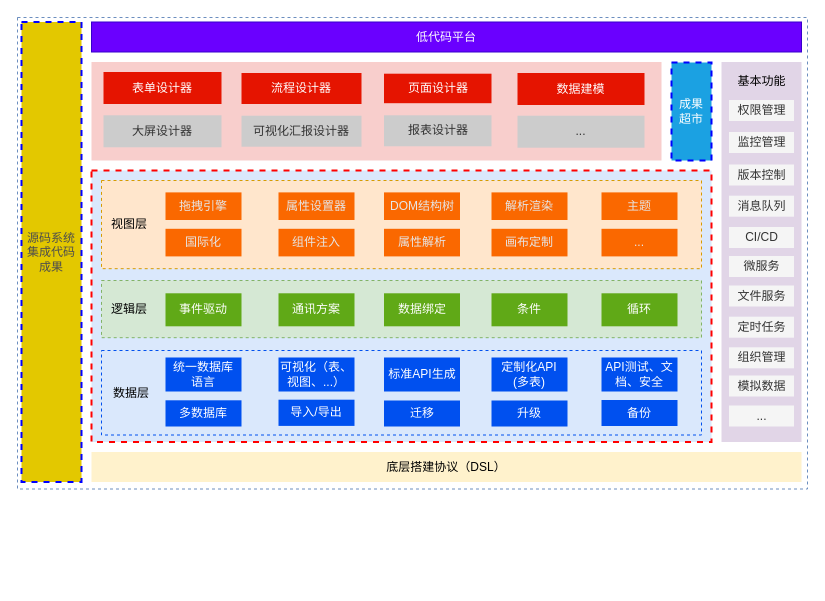
tangyaosimida/love keeps this draw.io diagram as 低代码—泳道图—研究内容.drawio. Above is the earlier version. Source tidied: cells renumbered, new cells numbered last; positions are measured from the earlier drawing's top-left corner, leaving out a move shared by most shapes. Both pictures are drawn from the tidied source at 100%, with x=0, y=0 at pixel (17, 17).
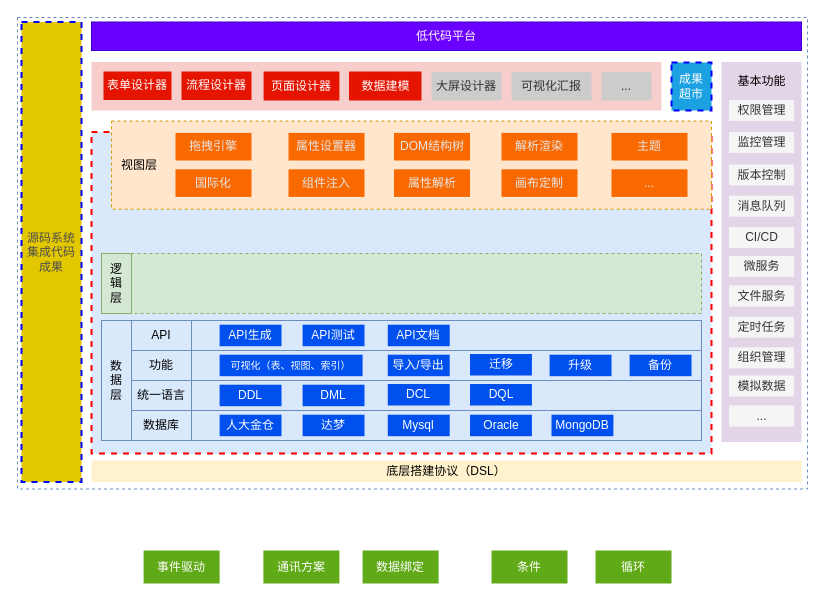
Above is the later version.

Commit message (it also covers changes not shown here):
更新低代码—泳道图—研究内容.drawio

Diff of the diagram source:
```diff
@@
     <mxCell id="3" style="rounded=0;whiteSpace=wrap;html=1;fillColor=#dae8fc;strokeColor=#FF0000;dashed=1;strokeWidth=2;" parent="1" vertex="1">
-      <mxGeometry x="74" y="153" width="620" height="271.5" as="geometry" />
+      <mxGeometry x="74" y="114.5" width="620" height="321.5" as="geometry" />
     </mxCell>
     <mxCell id="4" style="rounded=0;whiteSpace=wrap;html=1;fillColor=#f8cecc;strokeColor=none;" parent="1" vertex="1">
-      <mxGeometry x="74" y="44.5" width="570" height="98.5" as="geometry" />
+      <mxGeometry x="74" y="44.5" width="570" height="48.5" as="geometry" />
     </mxCell>
@@
     <mxCell id="6" value="低代码平台" style="rounded=0;whiteSpace=wrap;html=1;fillColor=#6a00ff;fontColor=#ffffff;strokeColor=#3700CC;" parent="1" vertex="1">
-      <mxGeometry x="74" y="4.5" width="710" height="30" as="geometry" />
+      <mxGeometry x="74" y="4.5" width="710" height="28.5" as="geometry" />
     </mxCell>
     <mxCell id="7" value="底层搭建协议（DSL）" style="rounded=0;whiteSpace=wrap;html=1;fillColor=#fff2cc;strokeColor=none;" parent="1" vertex="1">
-      <mxGeometry x="74" y="434.5" width="710" height="30" as="geometry" />
+      <mxGeometry x="74" y="443" width="710" height="21.5" as="geometry" />
     </mxCell>
     <mxCell id="8" value="成果&lt;div&gt;超市&lt;/div&gt;" style="rounded=0;whiteSpace=wrap;html=1;fillColor=#1ba1e2;strokeColor=#0000FF;fontColor=#ffffff;dashed=1;strokeWidth=2;" parent="1" vertex="1">
-      <mxGeometry x="654" y="45" width="40" height="98" as="geometry" />
+      <mxGeometry x="654" y="45" width="40" height="48" as="geometry" />
     </mxCell>
     <mxCell id="9" value="大屏设计器" style="rounded=0;whiteSpace=wrap;html=1;fillColor=#CCCCCC;fontColor=#333333;strokeColor=none;" parent="1" vertex="1">
-      <mxGeometry x="86" y="97.8" width="118" height="32" as="geometry" />
+      <mxGeometry x="414" y="54.5" width="70" height="28.5" as="geometry" />
     </mxCell>
-    <mxCell id="10" value="报表设计器" style="rounded=0;whiteSpace=wrap;html=1;fillColor=#CCCCCC;fontColor=#333333;strokeColor=none;" parent="1" vertex="1">
-      <mxGeometry x="366.5" y="97.8" width="107.5" height="31" as="geometry" />
-    </mxCell>
@@
     <mxCell id="12" value="&lt;div style=&quot;&quot;&gt;&lt;br&gt;&lt;/div&gt;" style="rounded=0;whiteSpace=wrap;html=1;align=left;strokeColor=#0050EF;fillColor=#dae8fc;dashed=1;strokeWidth=1;" parent="1" vertex="1">
-      <mxGeometry x="84" y="333" width="600" height="84.5" as="geometry" />
+      <mxGeometry x="84" y="333" width="600" height="90" as="geometry" />
     </mxCell>
     <mxCell id="13" value="&lt;div style=&quot;&quot;&gt;&lt;br&gt;&lt;/div&gt;" style="rounded=0;whiteSpace=wrap;html=1;align=left;strokeColor=#82b366;fillColor=#d5e8d4;dashed=1;strokeWidth=1;" parent="1" vertex="1">
-      <mxGeometry x="84" y="263" width="600" height="57.2" as="geometry" />
+      <mxGeometry x="84" y="236" width="600" height="60" as="geometry" />
     </mxCell>
     <mxCell id="14" value="&lt;div style=&quot;&quot;&gt;&lt;br&gt;&lt;/div&gt;" style="rounded=0;whiteSpace=wrap;html=1;align=left;fillColor=#ffe6cc;strokeColor=#d79b00;dashed=1;strokeWidth=1;" parent="1" vertex="1">
-      <mxGeometry x="84" y="163" width="600" height="88.2" as="geometry" />
+      <mxGeometry x="94" y="103.5" width="600" height="88.2" as="geometry" />
     </mxCell>
     <mxCell id="15" value="数据建模" style="rounded=0;whiteSpace=wrap;html=1;fillColor=#e51400;fontColor=#ffffff;strokeColor=none;" parent="1" vertex="1">
-      <mxGeometry x="500" y="55.5" width="127" height="32" as="geometry" />
+      <mxGeometry x="331.5" y="54" width="72.5" height="29" as="geometry" />
     </mxCell>
-    <mxCell id="16" value="可视化汇报设计器" style="rounded=0;whiteSpace=wrap;html=1;fillColor=#CCCCCC;fontColor=#333333;strokeColor=none;" parent="1" vertex="1">
-      <mxGeometry x="224" y="98.2" width="120" height="31" as="geometry" />
+    <mxCell id="16" value="可视化汇报" style="rounded=0;whiteSpace=wrap;html=1;fillColor=#CCCCCC;fontColor=#333333;strokeColor=none;" parent="1" vertex="1">
+      <mxGeometry x="494" y="54.5" width="80" height="28.5" as="geometry" />
     </mxCell>
     <mxCell id="17" value="表单设计器" style="rounded=0;whiteSpace=wrap;html=1;fillColor=#e51400;fontColor=#ffffff;strokeColor=none;" parent="1" vertex="1">
-      <mxGeometry x="86" y="54.5" width="118" height="32" as="geometry" />
+      <mxGeometry x="86" y="54" width="68" height="28.5" as="geometry" />
     </mxCell>
     <mxCell id="18" value="流程设计器" style="rounded=0;whiteSpace=wrap;html=1;fillColor=#e51400;fontColor=#ffffff;strokeColor=none;" parent="1" vertex="1">
-      <mxGeometry x="224" y="55.5" width="120" height="31" as="geometry" />
+      <mxGeometry x="164" y="54" width="70" height="28.5" as="geometry" />
     </mxCell>
     <mxCell id="19" value="页面设计器" style="rounded=0;whiteSpace=wrap;html=1;fillColor=#e51400;fontColor=#ffffff;strokeColor=none;" parent="1" vertex="1">
-      <mxGeometry x="366.5" y="56.2" width="107.5" height="29.5" as="geometry" />
+      <mxGeometry x="246.1" y="54" width="75.8" height="29" as="geometry" />
     </mxCell>
@@
-    <mxCell id="32" value="数据层" style="text;html=1;align=center;verticalAlign=middle;whiteSpace=wrap;rounded=0;" parent="1" vertex="1">
-      <mxGeometry x="86" y="350.8" width="56" height="49.5" as="geometry" />
+    <mxCell id="32" value="数&lt;div&gt;据&lt;/div&gt;&lt;div&gt;层&lt;/div&gt;" style="text;html=1;align=center;verticalAlign=middle;whiteSpace=wrap;rounded=0;fillColor=#dae8fc;strokeColor=#6c8ebf;" parent="1" vertex="1">
+      <mxGeometry x="84" y="303" width="30" height="120" as="geometry" />
     </mxCell>
-    <mxCell id="33" value="多数据库" style="rounded=0;whiteSpace=wrap;html=1;fillColor=#0050ef;fontColor=#ffffff;strokeColor=none;" parent="1" vertex="1">
-      <mxGeometry x="148" y="382.8" width="76" height="26.2" as="geometry" />
-    </mxCell>
-    <mxCell id="34" value="导入/导出" style="rounded=0;whiteSpace=wrap;html=1;fillColor=#0050ef;fontColor=#ffffff;strokeColor=none;" parent="1" vertex="1">
-      <mxGeometry x="261" y="382.2" width="76" height="26.2" as="geometry" />
-    </mxCell>
-    <mxCell id="35" value="迁移" style="rounded=0;whiteSpace=wrap;html=1;fillColor=#0050ef;fontColor=#ffffff;strokeColor=none;" parent="1" vertex="1">
-      <mxGeometry x="366.5" y="383" width="76" height="26" as="geometry" />
-    </mxCell>
-    <mxCell id="36" value="升级" style="rounded=0;whiteSpace=wrap;html=1;fillColor=#0050ef;fontColor=#ffffff;strokeColor=none;" parent="1" vertex="1">
-      <mxGeometry x="474" y="383" width="76" height="26" as="geometry" />
-    </mxCell>
-    <mxCell id="37" value="备份" style="rounded=0;whiteSpace=wrap;html=1;fillColor=#0050ef;fontColor=#ffffff;strokeColor=none;" parent="1" vertex="1">
-      <mxGeometry x="584" y="382.5" width="76" height="26" as="geometry" />
-    </mxCell>
-    <mxCell id="38" value="统一数据库&lt;div&gt;语言&lt;/div&gt;" style="rounded=0;whiteSpace=wrap;html=1;fillColor=#0050ef;fontColor=#ffffff;strokeColor=none;" parent="1" vertex="1">
-      <mxGeometry x="148" y="340" width="76" height="34" as="geometry" />
-    </mxCell>
-    <mxCell id="39" value="可视化&lt;span style=&quot;background-color: initial;&quot;&gt;（表、视图、...）&lt;/span&gt;" style="rounded=0;whiteSpace=wrap;html=1;fillColor=#0050ef;fontColor=#ffffff;strokeColor=none;" parent="1" vertex="1">
-      <mxGeometry x="261" y="340" width="76" height="34" as="geometry" />
-    </mxCell>
-    <mxCell id="40" value="标准API生成" style="rounded=0;whiteSpace=wrap;html=1;fillColor=#0050ef;fontColor=#ffffff;strokeColor=none;" parent="1" vertex="1">
-      <mxGeometry x="366.5" y="340" width="76" height="34" as="geometry" />
-    </mxCell>
-    <mxCell id="41" value="定制化API&lt;div&gt;(多表)&lt;/div&gt;" style="rounded=0;whiteSpace=wrap;html=1;fillColor=#0050ef;fontColor=#ffffff;strokeColor=none;" parent="1" vertex="1">
-      <mxGeometry x="474" y="340" width="76" height="34" as="geometry" />
-    </mxCell>
-    <mxCell id="42" value="API测试、文档、安全" style="rounded=0;whiteSpace=wrap;html=1;fillColor=#0050ef;fontColor=#ffffff;strokeColor=none;" parent="1" vertex="1">
-      <mxGeometry x="584" y="340" width="76" height="34" as="geometry" />
-    </mxCell>
-    <mxCell id="43" value="逻辑层" style="text;html=1;align=center;verticalAlign=middle;whiteSpace=wrap;rounded=0;" parent="1" vertex="1">
-      <mxGeometry x="84" y="267.5" width="56" height="49.5" as="geometry" />
-    </mxCell>
     <mxCell id="44" value="事件驱动" style="rounded=0;whiteSpace=wrap;html=1;fillColor=#60a917;fontColor=#ffffff;strokeColor=none;" parent="1" vertex="1">
-      <mxGeometry x="148" y="275.8" width="76" height="33" as="geometry" />
+      <mxGeometry x="126.1" y="533" width="76" height="33" as="geometry" />
     </mxCell>
     <mxCell id="45" value="通讯方案" style="rounded=0;whiteSpace=wrap;html=1;fillColor=#60a917;fontColor=#ffffff;strokeColor=none;" parent="1" vertex="1">
-      <mxGeometry x="261" y="275.8" width="76" height="33" as="geometry" />
+      <mxGeometry x="245.9" y="533" width="76" height="33" as="geometry" />
     </mxCell>
     <mxCell id="46" value="数据绑定" style="rounded=0;whiteSpace=wrap;html=1;fillColor=#60a917;fontColor=#ffffff;strokeColor=none;" parent="1" vertex="1">
-      <mxGeometry x="366.5" y="275.8" width="76" height="33" as="geometry" />
+      <mxGeometry x="345.1" y="533" width="76" height="33" as="geometry" />
     </mxCell>
     <mxCell id="47" value="条件" style="rounded=0;whiteSpace=wrap;html=1;fillColor=#60a917;fontColor=#ffffff;strokeColor=none;" parent="1" vertex="1">
-      <mxGeometry x="474" y="275.8" width="76" height="33" as="geometry" />
+      <mxGeometry x="474" y="533" width="76" height="33" as="geometry" />
     </mxCell>
     <mxCell id="48" value="循环" style="rounded=0;whiteSpace=wrap;html=1;fillColor=#60a917;fontColor=#ffffff;strokeColor=none;" parent="1" vertex="1">
-      <mxGeometry x="584" y="275.8" width="76" height="33" as="geometry" />
+      <mxGeometry x="578" y="533" width="76" height="33" as="geometry" />
     </mxCell>
     <mxCell id="49" value="视图层" style="text;html=1;align=center;verticalAlign=middle;whiteSpace=wrap;rounded=0;" parent="1" vertex="1">
-      <mxGeometry x="84" y="182.4" width="56" height="49.5" as="geometry" />
+      <mxGeometry x="94" y="122.9" width="56" height="49.5" as="geometry" />
     </mxCell>
     <mxCell id="50" value="拖拽引擎" style="rounded=0;whiteSpace=wrap;html=1;fillColor=#fa6800;fontColor=#E6E6E6;strokeColor=none;" parent="1" vertex="1">
-      <mxGeometry x="148" y="174.9" width="76" height="27.6" as="geometry" />
+      <mxGeometry x="158" y="115.4" width="76" height="27.6" as="geometry" />
     </mxCell>
     <mxCell id="51" value="国际化" style="rounded=0;whiteSpace=wrap;html=1;fillColor=#fa6800;fontColor=#E6E6E6;strokeColor=none;" parent="1" vertex="1">
-      <mxGeometry x="148" y="211.3" width="76" height="27.6" as="geometry" />
+      <mxGeometry x="158" y="151.8" width="76" height="27.6" as="geometry" />
     </mxCell>
     <mxCell id="52" value="组件注入" style="rounded=0;whiteSpace=wrap;html=1;fillColor=#fa6800;fontColor=#E6E6E6;strokeColor=none;" parent="1" vertex="1">
-      <mxGeometry x="261" y="211.3" width="76" height="27.6" as="geometry" />
+      <mxGeometry x="271" y="151.8" width="76" height="27.6" as="geometry" />
     </mxCell>
     <mxCell id="53" value="属性解析" style="rounded=0;whiteSpace=wrap;html=1;fillColor=#fa6800;fontColor=#E6E6E6;strokeColor=none;" parent="1" vertex="1">
-      <mxGeometry x="366.5" y="211.3" width="76" height="27.6" as="geometry" />
+      <mxGeometry x="376.5" y="151.8" width="76" height="27.6" as="geometry" />
     </mxCell>
     <mxCell id="54" value="画布定制" style="rounded=0;whiteSpace=wrap;html=1;fillColor=#fa6800;fontColor=#E6E6E6;strokeColor=none;" parent="1" vertex="1">
-      <mxGeometry x="474" y="211.3" width="76" height="27.6" as="geometry" />
+      <mxGeometry x="484" y="151.8" width="76" height="27.6" as="geometry" />
     </mxCell>
     <mxCell id="55" value="..." style="rounded=0;whiteSpace=wrap;html=1;fillColor=#fa6800;fontColor=#E6E6E6;strokeColor=none;" parent="1" vertex="1">
-      <mxGeometry x="584" y="211.3" width="76" height="27.6" as="geometry" />
+      <mxGeometry x="594" y="151.8" width="76" height="27.6" as="geometry" />
     </mxCell>
     <mxCell id="56" value="主题" style="rounded=0;whiteSpace=wrap;html=1;fillColor=#fa6800;fontColor=#E6E6E6;strokeColor=none;" parent="1" vertex="1">
-      <mxGeometry x="584" y="174.9" width="76" height="27.6" as="geometry" />
+      <mxGeometry x="594" y="115.4" width="76" height="27.6" as="geometry" />
     </mxCell>
     <mxCell id="57" value="属性设置器" style="rounded=0;whiteSpace=wrap;html=1;fillColor=#fa6800;fontColor=#E6E6E6;strokeColor=none;" parent="1" vertex="1">
-      <mxGeometry x="261" y="174.9" width="76" height="27.6" as="geometry" />
+      <mxGeometry x="271" y="115.4" width="76" height="27.6" as="geometry" />
     </mxCell>
     <mxCell id="58" value="DOM结构树" style="rounded=0;whiteSpace=wrap;html=1;fillColor=#fa6800;fontColor=#E6E6E6;strokeColor=none;" parent="1" vertex="1">
-      <mxGeometry x="366.5" y="174.9" width="76" height="27.6" as="geometry" />
+      <mxGeometry x="376.5" y="115.4" width="76" height="27.6" as="geometry" />
     </mxCell>
     <mxCell id="59" value="解析渲染" style="rounded=0;whiteSpace=wrap;html=1;fillColor=#fa6800;fontColor=#E6E6E6;strokeColor=none;" parent="1" vertex="1">
-      <mxGeometry x="474" y="174.9" width="76" height="27.6" as="geometry" />
+      <mxGeometry x="484" y="115.4" width="76" height="27.6" as="geometry" />
     </mxCell>
     <mxCell id="60" value="..." style="rounded=0;whiteSpace=wrap;html=1;fillColor=#CCCCCC;fontColor=#333333;strokeColor=none;" parent="1" vertex="1">
-      <mxGeometry x="500" y="98.2" width="127" height="32" as="geometry" />
+      <mxGeometry x="584" y="54.8" width="50" height="28.2" as="geometry" />
     </mxCell>
+    <mxCell id="61" style="rounded=0;whiteSpace=wrap;html=1;fillColor=#dae8fc;strokeColor=#6c8ebf;" parent="1" vertex="1">
+      <mxGeometry x="174" y="333" width="510" height="30" as="geometry" />
+    </mxCell>
+    <mxCell id="62" style="rounded=0;whiteSpace=wrap;html=1;fillColor=#dae8fc;strokeColor=#6c8ebf;" parent="1" vertex="1">
+      <mxGeometry x="174" y="363" width="510" height="30" as="geometry" />
+    </mxCell>
+    <mxCell id="63" value="数据库" style="rounded=0;whiteSpace=wrap;html=1;fillColor=#dae8fc;strokeColor=#6c8ebf;" parent="1" vertex="1">
+      <mxGeometry x="114" y="393" width="60" height="30" as="geometry" />
+    </mxCell>
+    <mxCell id="64" style="rounded=0;whiteSpace=wrap;html=1;fillColor=#dae8fc;strokeColor=#6c8ebf;" parent="1" vertex="1">
+      <mxGeometry x="174" y="303" width="510" height="30" as="geometry" />
+    </mxCell>
+    <mxCell id="65" style="rounded=0;whiteSpace=wrap;html=1;fillColor=#dae8fc;strokeColor=#6c8ebf;" parent="1" vertex="1">
+      <mxGeometry x="174" y="393" width="510" height="30" as="geometry" />
+    </mxCell>
+    <mxCell id="66" value="统一语言" style="rounded=0;whiteSpace=wrap;html=1;fillColor=#dae8fc;strokeColor=#6c8ebf;" parent="1" vertex="1">
+      <mxGeometry x="114" y="363" width="60" height="30" as="geometry" />
+    </mxCell>
+    <mxCell id="67" value="功能" style="rounded=0;whiteSpace=wrap;html=1;fillColor=#dae8fc;strokeColor=#6c8ebf;" parent="1" vertex="1">
+      <mxGeometry x="114" y="333" width="60" height="30" as="geometry" />
+    </mxCell>
+    <mxCell id="68" value="API" style="rounded=0;whiteSpace=wrap;html=1;fillColor=#dae8fc;strokeColor=#6c8ebf;" parent="1" vertex="1">
+      <mxGeometry x="114" y="303" width="60" height="30" as="geometry" />
+    </mxCell>
+    <mxCell id="69" value="人大金仓" style="rounded=0;whiteSpace=wrap;html=1;fillColor=#0050ef;fontColor=#ffffff;strokeColor=none;" parent="1" vertex="1">
+      <mxGeometry x="202.1" y="397.2" width="61.9" height="21.5" as="geometry" />
+    </mxCell>
+    <mxCell id="70" value="达梦" style="rounded=0;whiteSpace=wrap;html=1;fillColor=#0050ef;fontColor=#ffffff;strokeColor=none;" parent="1" vertex="1">
+      <mxGeometry x="285.1" y="397.2" width="61.9" height="21.5" as="geometry" />
+    </mxCell>
+    <mxCell id="71" value="Mysql" style="rounded=0;whiteSpace=wrap;html=1;fillColor=#0050ef;fontColor=#ffffff;strokeColor=none;" parent="1" vertex="1">
+      <mxGeometry x="370.3" y="397.2" width="61.9" height="21.5" as="geometry" />
+    </mxCell>
+    <mxCell id="72" value="Oracle" style="rounded=0;whiteSpace=wrap;html=1;fillColor=#0050ef;fontColor=#ffffff;strokeColor=none;" parent="1" vertex="1">
+      <mxGeometry x="452.5" y="397.2" width="61.9" height="21.5" as="geometry" />
+    </mxCell>
+    <mxCell id="73" value="MongoDB" style="rounded=0;whiteSpace=wrap;html=1;fillColor=#0050ef;fontColor=#ffffff;strokeColor=none;" parent="1" vertex="1">
+      <mxGeometry x="534" y="397.2" width="61.9" height="21.5" as="geometry" />
+    </mxCell>
+    <mxCell id="74" value="DDL" style="rounded=0;whiteSpace=wrap;html=1;fillColor=#0050ef;fontColor=#ffffff;strokeColor=none;" parent="1" vertex="1">
+      <mxGeometry x="202.1" y="367.2" width="61.9" height="21.5" as="geometry" />
+    </mxCell>
+    <mxCell id="75" value="DML" style="rounded=0;whiteSpace=wrap;html=1;fillColor=#0050ef;fontColor=#ffffff;strokeColor=none;" parent="1" vertex="1">
+      <mxGeometry x="285.1" y="367.2" width="61.9" height="21.5" as="geometry" />
+    </mxCell>
+    <mxCell id="76" value="DCL" style="rounded=0;whiteSpace=wrap;html=1;fillColor=#0050ef;fontColor=#ffffff;strokeColor=none;" parent="1" vertex="1">
+      <mxGeometry x="370.3" y="366.5" width="61.9" height="21.5" as="geometry" />
+    </mxCell>
+    <mxCell id="77" value="DQL" style="rounded=0;whiteSpace=wrap;html=1;fillColor=#0050ef;fontColor=#ffffff;strokeColor=none;" parent="1" vertex="1">
+      <mxGeometry x="452.5" y="366.5" width="61.9" height="21.5" as="geometry" />
+    </mxCell>
+    <mxCell id="78" value="&lt;font style=&quot;font-size: 10px;&quot;&gt;可视化（表、视图、索引）&lt;/font&gt;" style="rounded=0;whiteSpace=wrap;html=1;fillColor=#0050ef;fontColor=#ffffff;strokeColor=none;" parent="1" vertex="1">
+      <mxGeometry x="202.1" y="337.2" width="143" height="21.5" as="geometry" />
+    </mxCell>
+    <mxCell id="34" value="导入/导出" style="rounded=0;whiteSpace=wrap;html=1;fillColor=#0050ef;fontColor=#ffffff;strokeColor=none;" parent="1" vertex="1">
+      <mxGeometry x="370.3" y="337.2" width="61.9" height="21.5" as="geometry" />
+    </mxCell>
+    <mxCell id="35" value="迁移" style="rounded=0;whiteSpace=wrap;html=1;fillColor=#0050ef;fontColor=#ffffff;strokeColor=none;" parent="1" vertex="1">
+      <mxGeometry x="452.5" y="336.5" width="61.9" height="21.5" as="geometry" />
+    </mxCell>
+    <mxCell id="36" value="升级" style="rounded=0;whiteSpace=wrap;html=1;fillColor=#0050ef;fontColor=#ffffff;strokeColor=none;" parent="1" vertex="1">
+      <mxGeometry x="532.1" y="337.2" width="61.9" height="21.5" as="geometry" />
+    </mxCell>
+    <mxCell id="37" value="备份" style="rounded=0;whiteSpace=wrap;html=1;fillColor=#0050ef;fontColor=#ffffff;strokeColor=none;" parent="1" vertex="1">
+      <mxGeometry x="612.1" y="337.2" width="61.9" height="21.5" as="geometry" />
+    </mxCell>
+    <mxCell id="79" value="API生成" style="rounded=0;whiteSpace=wrap;html=1;fillColor=#0050ef;fontColor=#ffffff;strokeColor=none;" parent="1" vertex="1">
+      <mxGeometry x="202.1" y="307.2" width="61.9" height="21.5" as="geometry" />
+    </mxCell>
+    <mxCell id="80" value="API测试" style="rounded=0;whiteSpace=wrap;html=1;fillColor=#0050ef;fontColor=#ffffff;strokeColor=none;" parent="1" vertex="1">
+      <mxGeometry x="285.1" y="307.2" width="61.9" height="21.5" as="geometry" />
+    </mxCell>
+    <mxCell id="81" value="API文档" style="rounded=0;whiteSpace=wrap;html=1;fillColor=#0050ef;fontColor=#ffffff;strokeColor=none;" parent="1" vertex="1">
+      <mxGeometry x="370.3" y="307.2" width="61.9" height="21.5" as="geometry" />
+    </mxCell>
+    <mxCell id="82" value="逻&lt;div&gt;辑&lt;/div&gt;&lt;div&gt;层&lt;/div&gt;" style="text;html=1;align=center;verticalAlign=middle;whiteSpace=wrap;rounded=0;fillColor=none;strokeColor=#82b366;" parent="1" vertex="1">
+      <mxGeometry x="84" y="236" width="30" height="60" as="geometry" />
+    </mxCell>
```
